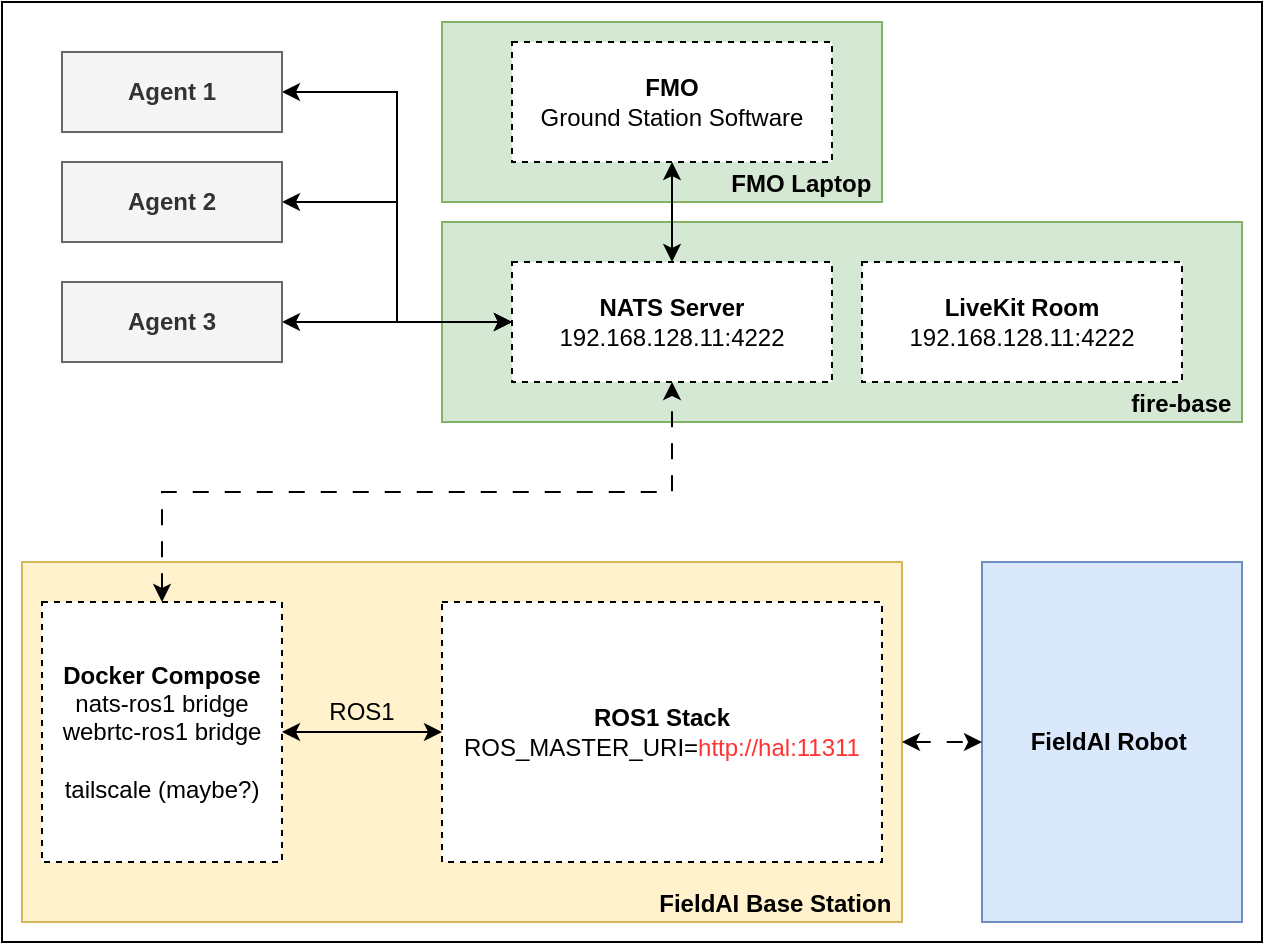
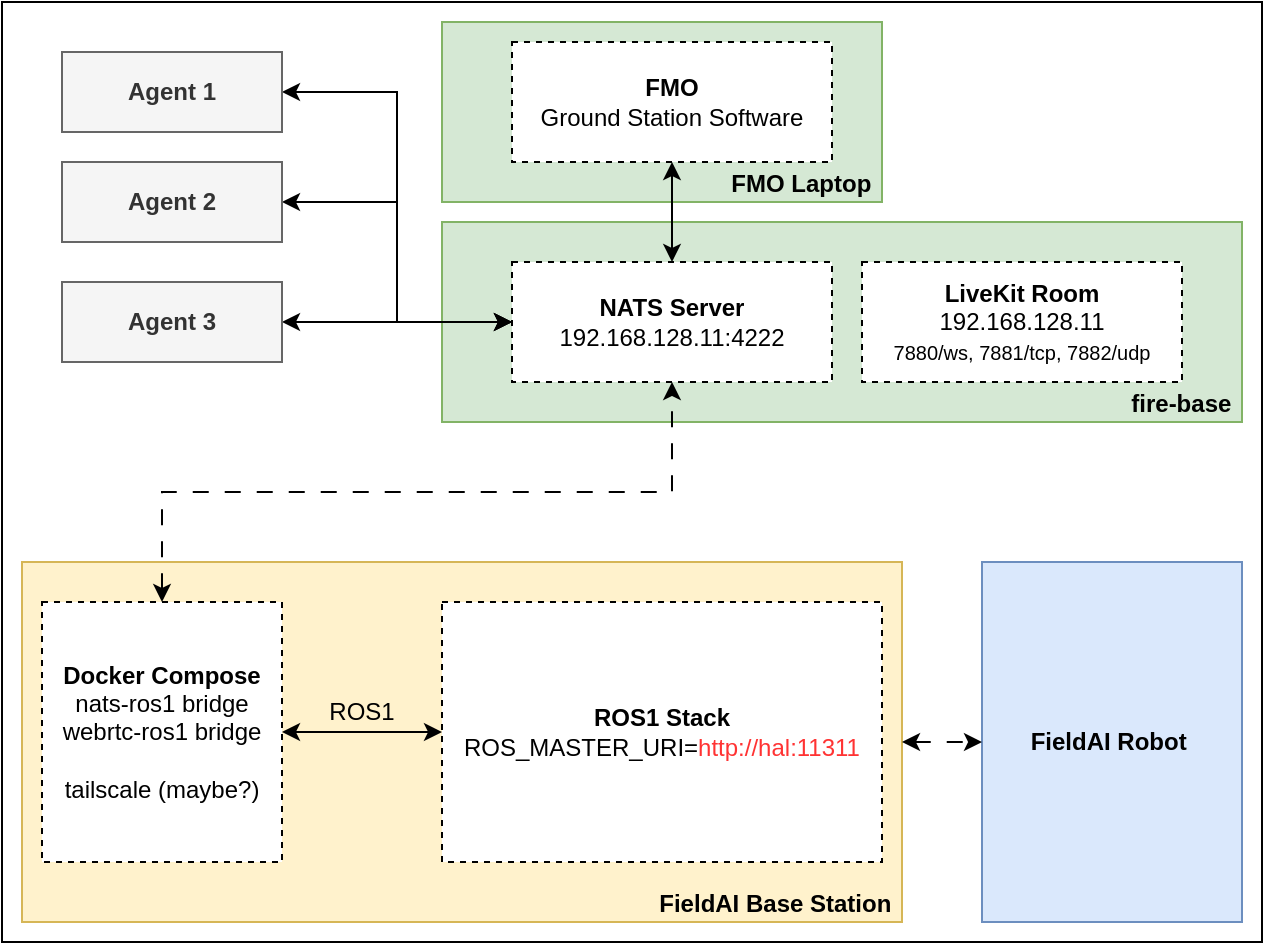
<mxfile host="app.diagrams.net" agent="Mozilla/5.0 (X11; Linux x86_64) AppleWebKit/537.36 (KHTML, like Gecko) draw.io/28.2.5 Chrome/138.0.7204.251 Electron/37.6.1 Safari/537.36">
  <diagram name="Page-1" id="4LKxJmiHCzAgHi-25CAg">
    <mxGraphModel dx="978" dy="538" grid="1" gridSize="10" guides="1" tooltips="1" connect="1" arrows="1" fold="1" page="1" pageScale="1" pageWidth="850" pageHeight="1100" math="0" shadow="0">
      <root>
        <mxCell id="0" />
        <mxCell id="1" parent="0" />
        <mxCell id="ao4_OA2Sh6UKhkAWIHi6-6" parent="1" style="rounded=0;whiteSpace=wrap;html=1;" value="" vertex="1">
          <mxGeometry height="470" width="630" x="140" y="260" as="geometry" />
        </mxCell>
        <mxCell id="K1pB0g2Fk4yvMkdCrYzS-1" parent="1" style="rounded=0;whiteSpace=wrap;html=1;align=right;verticalAlign=bottom;fillColor=#d5e8d4;strokeColor=#82b366;" value="&lt;b&gt;fire-base&amp;nbsp;&lt;/b&gt;" vertex="1">
          <mxGeometry height="100" width="400" x="360" y="370" as="geometry" />
        </mxCell>
        <mxCell id="NqXXLPDWZZw7BoWwIbQB-7" parent="1" style="rounded=0;whiteSpace=wrap;html=1;align=right;verticalAlign=bottom;fillColor=#d5e8d4;strokeColor=#82b366;" value="&lt;b&gt;FMO Laptop&amp;nbsp;&lt;/b&gt;" vertex="1">
          <mxGeometry height="90" width="220" x="360" y="270" as="geometry" />
        </mxCell>
        <mxCell id="NqXXLPDWZZw7BoWwIbQB-6" parent="1" style="rounded=0;whiteSpace=wrap;html=1;align=center;verticalAlign=middle;fillColor=#dae8fc;strokeColor=#6c8ebf;" value="&lt;b&gt;FieldAI Robot&amp;nbsp;&lt;/b&gt;" vertex="1">
          <mxGeometry height="180" width="130" x="630" y="540" as="geometry" />
        </mxCell>
        <mxCell id="NqXXLPDWZZw7BoWwIbQB-2" parent="1" style="rounded=0;whiteSpace=wrap;html=1;dashed=1;" value="&lt;b&gt;NATS Server&lt;/b&gt;&lt;div&gt;192.168.128.11:4222&lt;/div&gt;" vertex="1">
          <mxGeometry height="60" width="160" x="395" y="390" as="geometry" />
        </mxCell>
        <mxCell id="33FqFWJDVf2yEUuYl60e-10" edge="1" parent="1" source="NqXXLPDWZZw7BoWwIbQB-8" style="edgeStyle=orthogonalEdgeStyle;rounded=0;orthogonalLoop=1;jettySize=auto;html=1;exitX=0.5;exitY=1;exitDx=0;exitDy=0;entryX=0.5;entryY=0;entryDx=0;entryDy=0;startArrow=classic;startFill=1;" target="NqXXLPDWZZw7BoWwIbQB-2">
          <mxGeometry relative="1" as="geometry" />
        </mxCell>
        <mxCell id="NqXXLPDWZZw7BoWwIbQB-8" parent="1" style="rounded=0;whiteSpace=wrap;html=1;dashed=1;" value="&lt;b&gt;FMO&lt;/b&gt;&lt;div&gt;Ground Station Software&lt;/div&gt;" vertex="1">
          <mxGeometry height="60" width="160" x="395" y="280" as="geometry" />
        </mxCell>
        <mxCell id="33FqFWJDVf2yEUuYl60e-5" edge="1" parent="1" source="33FqFWJDVf2yEUuYl60e-2" style="edgeStyle=orthogonalEdgeStyle;rounded=0;orthogonalLoop=1;jettySize=auto;html=1;exitX=1;exitY=0.5;exitDx=0;exitDy=0;entryX=0;entryY=0.5;entryDx=0;entryDy=0;startArrow=classic;startFill=1;" target="NqXXLPDWZZw7BoWwIbQB-2">
          <mxGeometry relative="1" as="geometry" />
        </mxCell>
        <mxCell id="33FqFWJDVf2yEUuYl60e-2" parent="1" style="rounded=0;whiteSpace=wrap;html=1;align=center;verticalAlign=middle;fillColor=#f5f5f5;fontColor=#333333;strokeColor=#666666;" value="&lt;b&gt;Agent 1&lt;/b&gt;" vertex="1">
          <mxGeometry height="40" width="110" x="170" y="285" as="geometry" />
        </mxCell>
        <mxCell id="33FqFWJDVf2yEUuYl60e-6" edge="1" parent="1" source="33FqFWJDVf2yEUuYl60e-3" style="edgeStyle=orthogonalEdgeStyle;rounded=0;orthogonalLoop=1;jettySize=auto;html=1;exitX=1;exitY=0.5;exitDx=0;exitDy=0;entryX=0;entryY=0.5;entryDx=0;entryDy=0;startArrow=classic;startFill=1;" target="NqXXLPDWZZw7BoWwIbQB-2">
          <mxGeometry relative="1" as="geometry" />
        </mxCell>
        <mxCell id="33FqFWJDVf2yEUuYl60e-3" parent="1" style="rounded=0;whiteSpace=wrap;html=1;align=center;verticalAlign=middle;fillColor=#f5f5f5;fontColor=#333333;strokeColor=#666666;" value="&lt;b&gt;Agent 2&lt;/b&gt;" vertex="1">
          <mxGeometry height="40" width="110" x="170" y="340" as="geometry" />
        </mxCell>
        <mxCell id="33FqFWJDVf2yEUuYl60e-7" edge="1" parent="1" source="33FqFWJDVf2yEUuYl60e-4" style="edgeStyle=orthogonalEdgeStyle;rounded=0;orthogonalLoop=1;jettySize=auto;html=1;exitX=1;exitY=0.5;exitDx=0;exitDy=0;entryX=0;entryY=0.5;entryDx=0;entryDy=0;startArrow=classic;startFill=1;" target="NqXXLPDWZZw7BoWwIbQB-2">
          <mxGeometry relative="1" as="geometry" />
        </mxCell>
        <mxCell id="33FqFWJDVf2yEUuYl60e-4" parent="1" style="rounded=0;whiteSpace=wrap;html=1;align=center;verticalAlign=middle;fillColor=#f5f5f5;fontColor=#333333;strokeColor=#666666;" value="&lt;b&gt;Agent 3&lt;/b&gt;" vertex="1">
          <mxGeometry height="40" width="110" x="170" y="400" as="geometry" />
        </mxCell>
        <mxCell id="Mt-QOnj-M8pVkXTkuhvp-1" parent="1" style="rounded=0;whiteSpace=wrap;html=1;verticalAlign=bottom;align=right;fillColor=#fff2cc;strokeColor=#d6b656;" value="&lt;div&gt;&lt;b&gt;FieldAI Base Station&amp;nbsp;&lt;/b&gt;&lt;/div&gt;" vertex="1">
          <mxGeometry height="180" width="440" x="150" y="540" as="geometry" />
        </mxCell>
        <mxCell id="NqXXLPDWZZw7BoWwIbQB-3" parent="1" style="rounded=0;whiteSpace=wrap;html=1;verticalAlign=middle;dashed=1;" value="&lt;div&gt;&lt;b&gt;Docker Compose&lt;/b&gt;&lt;/div&gt;&lt;div&gt;nats-ros1 bridge&lt;/div&gt;&lt;div&gt;webrtc-ros1 bridge&lt;/div&gt;&lt;div&gt;&lt;br&gt;&lt;/div&gt;&lt;div&gt;tailscale (maybe?)&lt;/div&gt;" vertex="1">
          <mxGeometry height="130" width="120" x="160" y="560" as="geometry" />
        </mxCell>
        <mxCell id="1vgdmPXWtOp6ZMq3ka-s-1" parent="1" style="rounded=0;whiteSpace=wrap;html=1;dashed=1;" value="&lt;b&gt;ROS1 Stack&lt;/b&gt;&lt;br&gt;ROS_MASTER_URI=&lt;font style=&quot;color: rgb(255, 51, 51);&quot;&gt;http://hal:11311&lt;/font&gt;" vertex="1">
          <mxGeometry height="130" width="220" x="360" y="560" as="geometry" />
        </mxCell>
        <mxCell id="33FqFWJDVf2yEUuYl60e-9" parent="1" style="text;html=1;align=center;verticalAlign=middle;whiteSpace=wrap;rounded=0;rotation=0;" value="ROS1" vertex="1">
          <mxGeometry height="30" width="60" x="290" y="600" as="geometry" />
        </mxCell>
        <mxCell id="NqXXLPDWZZw7BoWwIbQB-9" edge="1" parent="1" source="NqXXLPDWZZw7BoWwIbQB-3" style="edgeStyle=orthogonalEdgeStyle;rounded=0;orthogonalLoop=1;jettySize=auto;html=1;startArrow=classic;startFill=1;entryX=0;entryY=0.5;entryDx=0;entryDy=0;" target="1vgdmPXWtOp6ZMq3ka-s-1">
          <mxGeometry relative="1" as="geometry" />
        </mxCell>
        <mxCell id="NqXXLPDWZZw7BoWwIbQB-10" edge="1" parent="1" source="NqXXLPDWZZw7BoWwIbQB-3" style="edgeStyle=orthogonalEdgeStyle;rounded=0;orthogonalLoop=1;jettySize=auto;html=1;exitX=0.5;exitY=0;exitDx=0;exitDy=0;startArrow=classic;startFill=1;dashed=1;dashPattern=8 8;" target="NqXXLPDWZZw7BoWwIbQB-2">
          <mxGeometry relative="1" as="geometry" />
        </mxCell>
        <mxCell id="1vgdmPXWtOp6ZMq3ka-s-3" edge="1" parent="1" source="Mt-QOnj-M8pVkXTkuhvp-1" style="edgeStyle=orthogonalEdgeStyle;rounded=0;orthogonalLoop=1;jettySize=auto;html=1;exitX=1;exitY=0.5;exitDx=0;exitDy=0;startArrow=classic;startFill=1;entryX=0;entryY=0.5;entryDx=0;entryDy=0;dashed=1;dashPattern=8 8;" target="NqXXLPDWZZw7BoWwIbQB-6">
          <mxGeometry relative="1" as="geometry">
            <mxPoint x="460" y="660" as="sourcePoint" />
            <mxPoint x="710" y="530" as="targetPoint" />
          </mxGeometry>
        </mxCell>
-         <mxCell id="qBYYMGFewZOWRPkuQaBo-1" parent="1" style="rounded=0;whiteSpace=wrap;html=1;dashed=1;" value="&lt;div&gt;&lt;b&gt;LiveKit Room&lt;/b&gt;&lt;/div&gt;&lt;div&gt;192.168.128.11:4222&lt;/div&gt;" vertex="1">
+         <mxCell id="qBYYMGFewZOWRPkuQaBo-1" parent="1" style="rounded=0;whiteSpace=wrap;html=1;dashed=1;" value="&lt;div&gt;&lt;b&gt;LiveKit Room&lt;/b&gt;&lt;/div&gt;&lt;div&gt;192.168.128.11&lt;/div&gt;&lt;div&gt;&lt;span style=&quot;font-size: x-small;&quot;&gt;7880/ws, 7881/tcp, 7882/udp&lt;/span&gt;&lt;/div&gt;" vertex="1">
          <mxGeometry height="60" width="160" x="570" y="390" as="geometry" />
        </mxCell>
      </root>
    </mxGraphModel>
  </diagram>
</mxfile>
